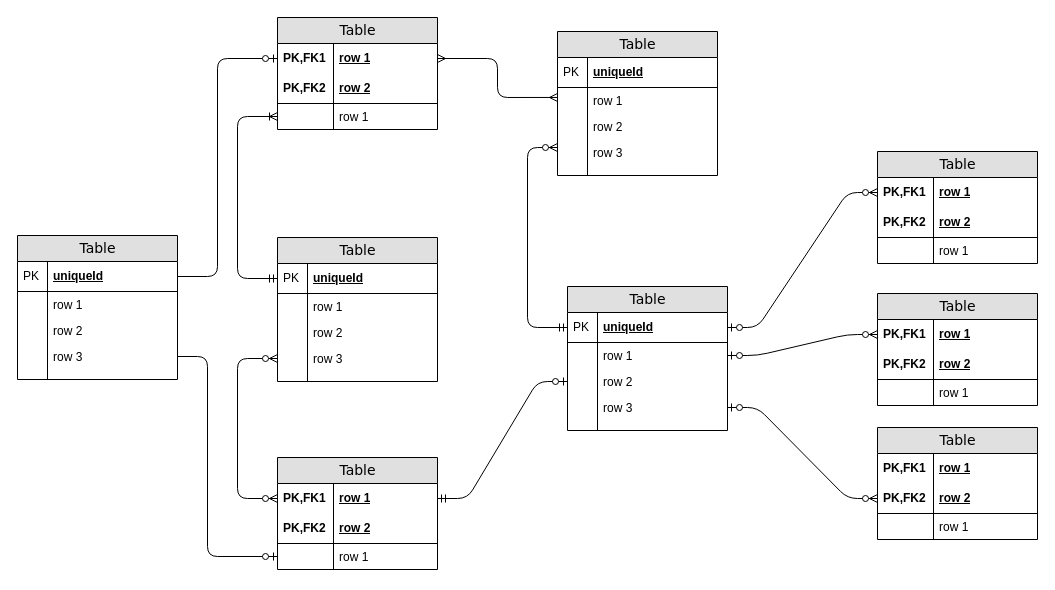
This is Untitled Diagram.drawio from mmartinezluis/My-Online-Store-Sinatra-Project, a draw.io file, before an edit. Source tidied: cells renumbered, new cells numbered last; positions are measured from the earlier drawing's top-left corner, leaving out a move shared by most shapes. Both pictures are drawn from the tidied source at 100%, with x=0, y=0 at pixel (17, 17).
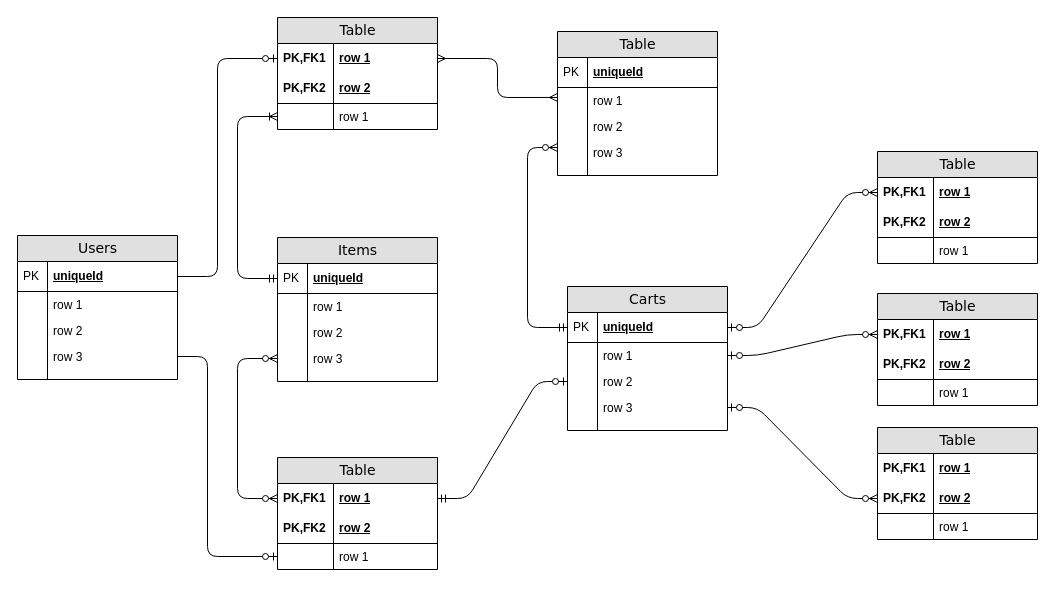
The same diagram, later.

What changed in the source:
```diff
@@
-    <mxCell id="20" value="Table" style="swimlane;html=1;fontStyle=0;horizontal=1;startSize=26;fillColor=#e0e0e0;swimlaneFillColor=#ffffff;align=center;rounded=0;shadow=0;comic=0;labelBackgroundColor=none;strokeWidth=1;fontFamily=Verdana;fontSize=14;" parent="1" vertex="1">
+    <mxCell id="20" value="Items" style="swimlane;html=1;fontStyle=0;horizontal=1;startSize=26;fillColor=#e0e0e0;swimlaneFillColor=#ffffff;align=center;rounded=0;shadow=0;comic=0;labelBackgroundColor=none;strokeWidth=1;fontFamily=Verdana;fontSize=14;" parent="1" vertex="1">
       <mxGeometry x="260" y="220" width="160" height="144" as="geometry" />
     </mxCell>
@@
-    <mxCell id="31" value="Table" style="swimlane;html=1;fontStyle=0;horizontal=1;startSize=26;fillColor=#e0e0e0;swimlaneFillColor=#ffffff;align=center;rounded=0;shadow=0;comic=0;labelBackgroundColor=none;strokeWidth=1;fontFamily=Verdana;fontSize=14;" parent="1" vertex="1">
+    <mxCell id="31" value="Carts" style="swimlane;html=1;fontStyle=0;horizontal=1;startSize=26;fillColor=#e0e0e0;swimlaneFillColor=#ffffff;align=center;rounded=0;shadow=0;comic=0;labelBackgroundColor=none;strokeWidth=1;fontFamily=Verdana;fontSize=14;" parent="1" vertex="1">
       <mxGeometry x="550" y="269" width="160" height="144" as="geometry" />
     </mxCell>
@@
-    <mxCell id="78" value="Table" style="swimlane;html=1;fontStyle=0;horizontal=1;startSize=26;fillColor=#e0e0e0;swimlaneFillColor=#ffffff;align=center;rounded=0;shadow=0;comic=0;labelBackgroundColor=none;strokeWidth=1;fontFamily=Verdana;fontSize=14;" parent="1" vertex="1">
+    <mxCell id="78" value="Users" style="swimlane;html=1;fontStyle=0;horizontal=1;startSize=26;fillColor=#e0e0e0;swimlaneFillColor=#ffffff;align=center;rounded=0;shadow=0;comic=0;labelBackgroundColor=none;strokeWidth=1;fontFamily=Verdana;fontSize=14;" parent="1" vertex="1">
       <mxGeometry y="218" width="160" height="144" as="geometry" />
     </mxCell>
```
